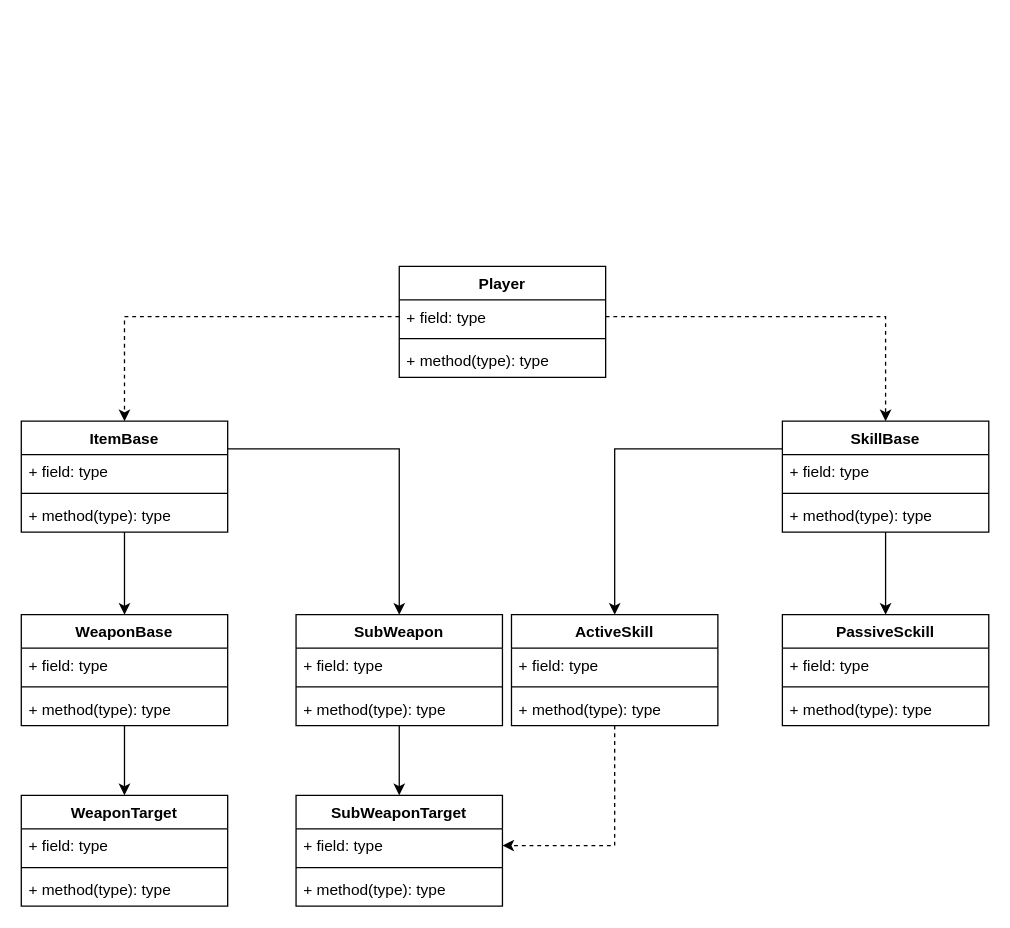
Earlier version of the draw.io diagram Untitled Diagram.drawio (nerfenoff/Kliker). Source tidied: cells renumbered, new cells numbered last; positions are measured from the earlier drawing's top-left corner, leaving out a move shared by most shapes. Both pictures are drawn from the tidied source at 129%, with x=0, y=0 at pixel (21, 266).
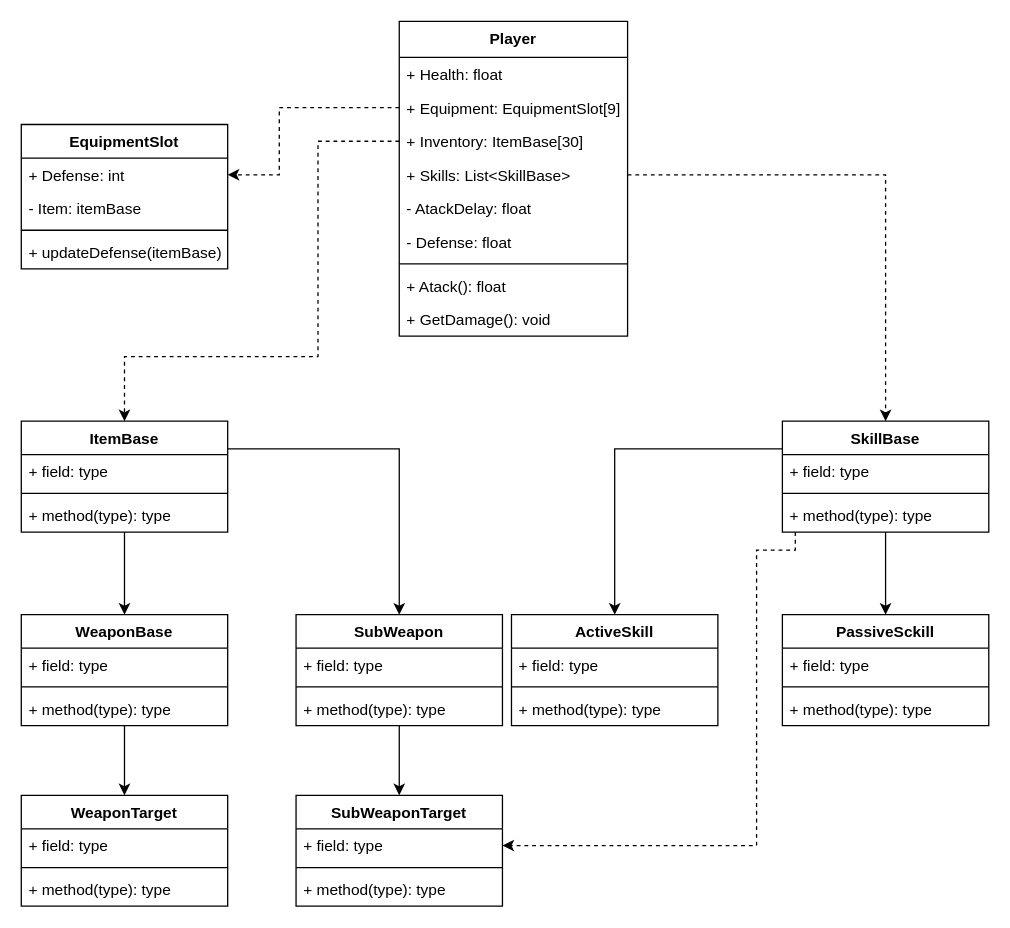
The same diagram, later.

Unchanged cells that the change refers to:
```xml
<mxCell id="18" value="ItemBase" style="swimlane;fontStyle=1;align=center;verticalAlign=top;horizontal=1;startSize=26;" parent="1" vertex="1">
  <mxGeometry y="120" width="160" height="86" as="geometry" />
</mxCell>
<mxCell id="28" value="+ field: type" style="text;strokeColor=none;fillColor=none;align=left;verticalAlign=top;spacingLeft=4;spacingRight=4;overflow=hidden;points=[[0,0.5],[1,0.5]];portConstraint=eastwest;" parent="27" vertex="1">
  <mxGeometry y="26" width="160" height="26" as="geometry" />
</mxCell>
<mxCell id="33" value="SkillBase" style="swimlane;fontStyle=1;align=center;verticalAlign=top;horizontal=1;startSize=26;" parent="1" vertex="1">
  <mxGeometry x="590" y="120" width="160" height="86" as="geometry" />
</mxCell>
<mxCell id="39" value="ActiveSkill" style="swimlane;fontStyle=1;align=center;verticalAlign=top;horizontal=1;startSize=26;" parent="1" vertex="1">
  <mxGeometry x="380" y="270" width="160" height="86" as="geometry" />
</mxCell>
```

The edit, as a diff of the source:
```diff
@@
-    <mxCell id="2" value="Player" style="swimlane;fontStyle=1;align=center;verticalAlign=top;horizontal=1;startSize=26;" parent="1" vertex="1">
-      <mxGeometry x="293" width="160" height="86" as="geometry" />
+    <mxCell id="2" value="Player" style="swimlane;fontStyle=1;align=center;verticalAlign=top;horizontal=1;startSize=28;" parent="1" vertex="1">
+      <mxGeometry x="293" y="-190" width="177" height="244" as="geometry" />
     </mxCell>
-    <mxCell id="3" value="+ field: type" style="text;strokeColor=none;fillColor=none;align=left;verticalAlign=top;spacingLeft=4;spacingRight=4;overflow=hidden;points=[[0,0.5],[1,0.5]];portConstraint=eastwest;" parent="2" vertex="1">
-      <mxGeometry y="26" width="160" height="26" as="geometry" />
+    <mxCell id="3" value="+ Health: float" style="text;strokeColor=none;fillColor=none;align=left;verticalAlign=top;spacingLeft=4;spacingRight=4;overflow=hidden;points=[[0,0.5],[1,0.5]];portConstraint=eastwest;" parent="2" vertex="1">
+      <mxGeometry y="28" width="177" height="26" as="geometry" />
     </mxCell>
+    <mxCell id="47" value="+ Equipment: EquipmentSlot[9]" style="text;strokeColor=none;fillColor=none;align=left;verticalAlign=top;spacingLeft=4;spacingRight=4;overflow=hidden;points=[[0,0.5],[1,0.5]];portConstraint=eastwest;" parent="2" vertex="1">
+      <mxGeometry y="54" width="177" height="26" as="geometry" />
+    </mxCell>
+    <mxCell id="48" value="+ Inventory: ItemBase[30]" style="text;strokeColor=none;fillColor=none;align=left;verticalAlign=top;spacingLeft=4;spacingRight=4;overflow=hidden;points=[[0,0.5],[1,0.5]];portConstraint=eastwest;" parent="2" vertex="1">
+      <mxGeometry y="80" width="177" height="26" as="geometry" />
+    </mxCell>
+    <mxCell id="49" value="+ Skills: List&lt;SkillBase&gt;" style="text;strokeColor=none;fillColor=none;align=left;verticalAlign=top;spacingLeft=4;spacingRight=4;overflow=hidden;points=[[0,0.5],[1,0.5]];portConstraint=eastwest;" parent="2" vertex="1">
+      <mxGeometry y="106" width="177" height="26" as="geometry" />
+    </mxCell>
+    <mxCell id="50" value="- AtackDelay: float" style="text;strokeColor=none;fillColor=none;align=left;verticalAlign=top;spacingLeft=4;spacingRight=4;overflow=hidden;" parent="2" vertex="1">
+      <mxGeometry y="132" width="177" height="26" as="geometry" />
+    </mxCell>
+    <mxCell id="51" value="- Defense: float" style="text;strokeColor=none;fillColor=none;align=left;verticalAlign=top;spacingLeft=4;spacingRight=4;overflow=hidden;" parent="2" vertex="1">
+      <mxGeometry y="158" width="177" height="26" as="geometry" />
+    </mxCell>
     <mxCell id="4" style="line;strokeWidth=1;fillColor=none;align=left;verticalAlign=middle;spacingTop=-1;spacingLeft=3;spacingRight=3;labelPosition=right;" parent="2" vertex="1">
-      <mxGeometry y="52" width="160" height="8" as="geometry" />
+      <mxGeometry y="184" width="177" height="8" as="geometry" />
     </mxCell>
-    <mxCell id="5" value="+ method(type): type" style="text;strokeColor=none;fillColor=none;align=left;verticalAlign=top;spacingLeft=4;spacingRight=4;overflow=hidden;" parent="2" vertex="1">
-      <mxGeometry y="60" width="160" height="26" as="geometry" />
+    <mxCell id="5" value="+ Atack(): float" style="text;strokeColor=none;fillColor=none;align=left;verticalAlign=top;spacingLeft=4;spacingRight=4;overflow=hidden;" parent="2" vertex="1">
+      <mxGeometry y="192" width="177" height="26" as="geometry" />
     </mxCell>
+    <mxCell id="52" value="+ GetDamage(): void" style="text;strokeColor=none;fillColor=none;align=left;verticalAlign=top;spacingLeft=4;spacingRight=4;overflow=hidden;" parent="2" vertex="1">
+      <mxGeometry y="218" width="177" height="26" as="geometry" />
+    </mxCell>
@@
-    <mxCell id="11" style="edgeStyle=orthogonalEdgeStyle;rounded=0;jettySize=auto;html=1;exitX=0;exitY=0.5;exitDx=0;exitDy=0;entryX=0.5;entryY=0;entryDx=0;entryDy=0;dashed=1;" parent="1" edge="1" source="3" target="18">
-      <mxGeometry relative="1" as="geometry" />
+    <mxCell id="11" style="edgeStyle=orthogonalEdgeStyle;rounded=0;jettySize=auto;html=1;entryX=0.5;entryY=0;entryDx=0;entryDy=0;dashed=1;exitX=0;exitY=0.5;exitDx=0;exitDy=0;" parent="1" edge="1" source="48" target="18">
+      <mxGeometry relative="1" as="geometry">
+        <Array as="points">
+          <mxPoint x="230" y="-97" />
+          <mxPoint x="230" y="70" />
+          <mxPoint x="80" y="70" />
+        </Array>
+      </mxGeometry>
     </mxCell>
@@
-    <mxCell id="37" style="edgeStyle=orthogonalEdgeStyle;rounded=0;jettySize=auto;html=1;exitX=1;exitY=0.5;exitDx=0;exitDy=0;entryX=0.5;entryY=0;entryDx=0;entryDy=0;dashed=1;" parent="1" edge="1" source="3" target="33">
+    <mxCell id="37" style="edgeStyle=orthogonalEdgeStyle;rounded=0;jettySize=auto;html=1;exitX=1;exitY=0.5;exitDx=0;exitDy=0;entryX=0.5;entryY=0;entryDx=0;entryDy=0;dashed=1;" parent="1" edge="1" source="49" target="33">
       <mxGeometry relative="1" as="geometry" />
     </mxCell>
-    <mxCell id="38" style="edgeStyle=orthogonalEdgeStyle;rounded=0;jettySize=auto;html=1;entryX=1;entryY=0.5;entryDx=0;entryDy=0;dashed=1;" parent="1" edge="1" source="39" target="28">
-      <mxGeometry relative="1" as="geometry" />
+    <mxCell id="38" style="edgeStyle=orthogonalEdgeStyle;rounded=0;jettySize=auto;html=1;entryX=1;entryY=0.5;entryDx=0;entryDy=0;dashed=1;" parent="1" edge="1" source="33" target="28">
+      <mxGeometry relative="1" as="geometry">
+        <Array as="points">
+          <mxPoint x="600" y="220" />
+          <mxPoint x="570" y="220" />
+          <mxPoint x="570" y="449" />
+        </Array>
+      </mxGeometry>
     </mxCell>
@@
+    <mxCell id="53" value="EquipmentSlot&#10;" style="swimlane;fontStyle=1;align=center;verticalAlign=top;horizontal=1;startSize=26;" parent="1" vertex="1">
+      <mxGeometry y="-110" width="160" height="112" as="geometry" />
+    </mxCell>
+    <mxCell id="54" value="+ Defense: int" style="text;strokeColor=none;fillColor=none;align=left;verticalAlign=top;spacingLeft=4;spacingRight=4;overflow=hidden;points=[[0,0.5],[1,0.5]];portConstraint=eastwest;" parent="53" vertex="1">
+      <mxGeometry y="26" width="160" height="26" as="geometry" />
+    </mxCell>
+    <mxCell id="55" value="- Item: itemBase&#10;" style="text;strokeColor=none;fillColor=none;align=left;verticalAlign=top;spacingLeft=4;spacingRight=4;overflow=hidden;" parent="53" vertex="1">
+      <mxGeometry y="52" width="160" height="26" as="geometry" />
+    </mxCell>
+    <mxCell id="56" style="line;strokeWidth=1;fillColor=none;align=left;verticalAlign=middle;spacingTop=-1;spacingLeft=3;spacingRight=3;labelPosition=right;" parent="53" vertex="1">
+      <mxGeometry y="78" width="160" height="8" as="geometry" />
+    </mxCell>
+    <mxCell id="57" value="+ updateDefense(itemBase)" style="text;strokeColor=none;fillColor=none;align=left;verticalAlign=top;spacingLeft=4;spacingRight=4;overflow=hidden;" parent="53" vertex="1">
+      <mxGeometry y="86" width="160" height="26" as="geometry" />
+    </mxCell>
+    <mxCell id="58" style="edgeStyle=orthogonalEdgeStyle;rounded=0;jettySize=auto;html=1;entryX=1;entryY=0.5;entryDx=0;entryDy=0;dashed=1;" parent="1" edge="1" source="47" target="54">
+      <mxGeometry relative="1" as="geometry">
+        <Array as="points">
+          <mxPoint x="200" y="-123" />
+          <mxPoint x="200" y="-71" />
+        </Array>
+      </mxGeometry>
+    </mxCell>
```
